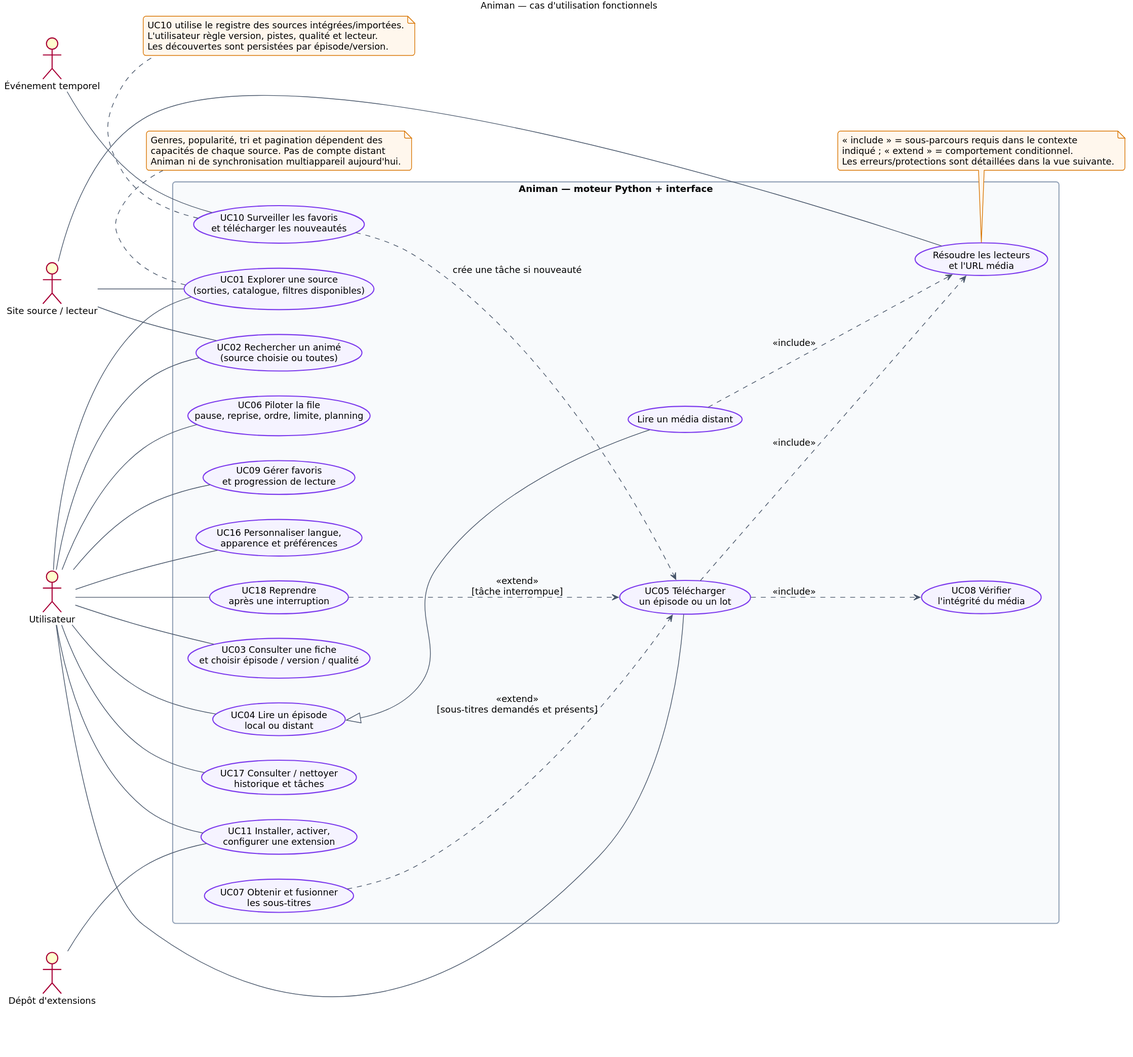
This is docs/architecture/svg/06-cas-utilisation.svg from loeuf237/animan-python, a PlantUML export, as it was before one commit.
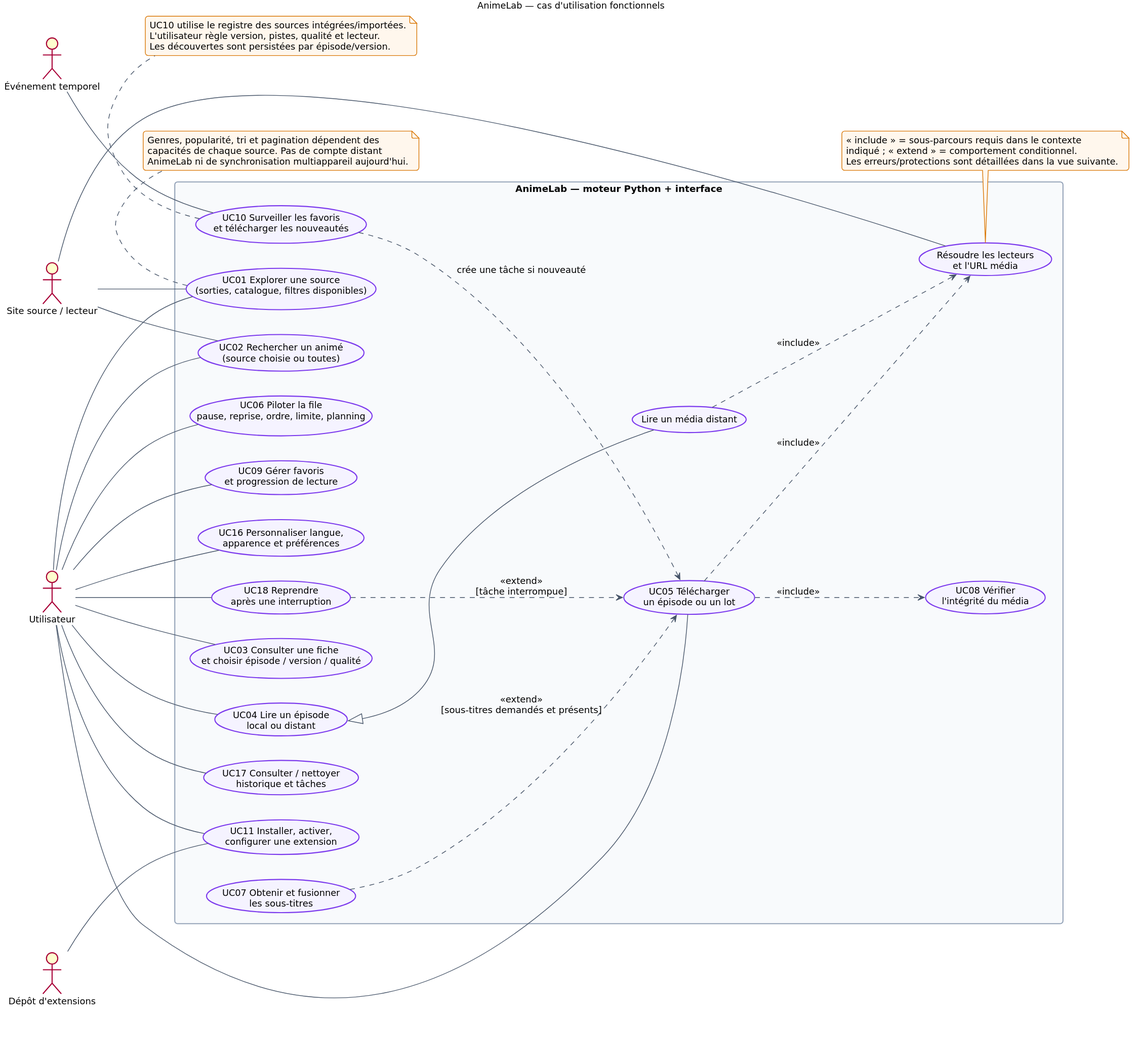
The same file after the commit.

The edit, as a diff of the source:
```diff
@@ -24,13 +24,13 @@
 skinparam databaseBackgroundColor #F5F3FF
 skinparam databaseBorderColor #7C3AED
 hide empty members
-title Animan — cas d'utilisation fonctionnels
+title AnimeLab — cas d'utilisation fonctionnels
 left to right direction
 actor Utilisateur as U
 actor "Site source / lecteur" as Site
 actor "Événement temporel" as Clock
 actor "Dépôt d'extensions" as Repo
-rectangle "Animan — moteur Python + interface" {
+rectangle "AnimeLab — moteur Python + interface" {
   usecase "UC01 Explorer une source\n(sorties, catalogue, filtres disponibles)" as Browse
   usecase "UC02 Rechercher un animé\n(source choisie ou toutes)" as Search
   usecase "UC03 Consulter une fiche\net choisir épisode / version / qualité" as Detail
@@ -79,7 +79,7 @@
 note bottom of Browse
 Genres, popularité, tri et pagination dépendent des
 capacités de chaque source. Pas de compte distant
-Animan ni de synchronisation multiappareil aujourd'hui.
+AnimeLab ni de synchronisation multiappareil aujourd'hui.
 end note
 note bottom of Resolve
 « include » = sous-parcours requis dans le contexte
```
